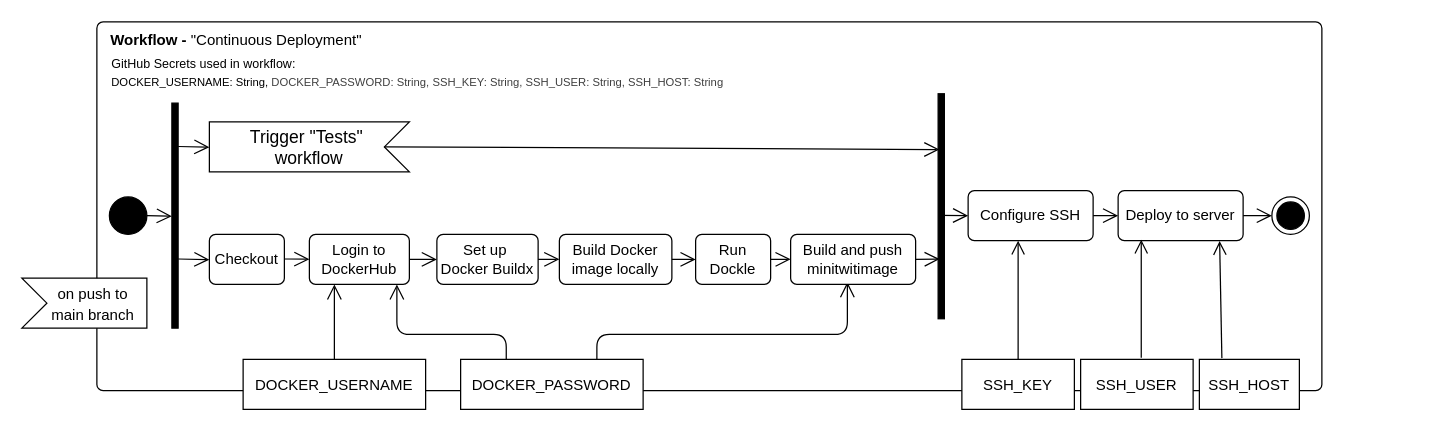
The draw.io diagram report/diagrams/push_to_main_pipeline.drawio in ITU-DevOps2026/ITU-minitwit, before the edit. Source tidied: cells renumbered, new cells numbered last; positions are measured from the earlier drawing's top-left corner, leaving out a move shared by most shapes. Both pictures are drawn from the tidied source at 125%, with x=0, y=0 at pixel (21, 21).
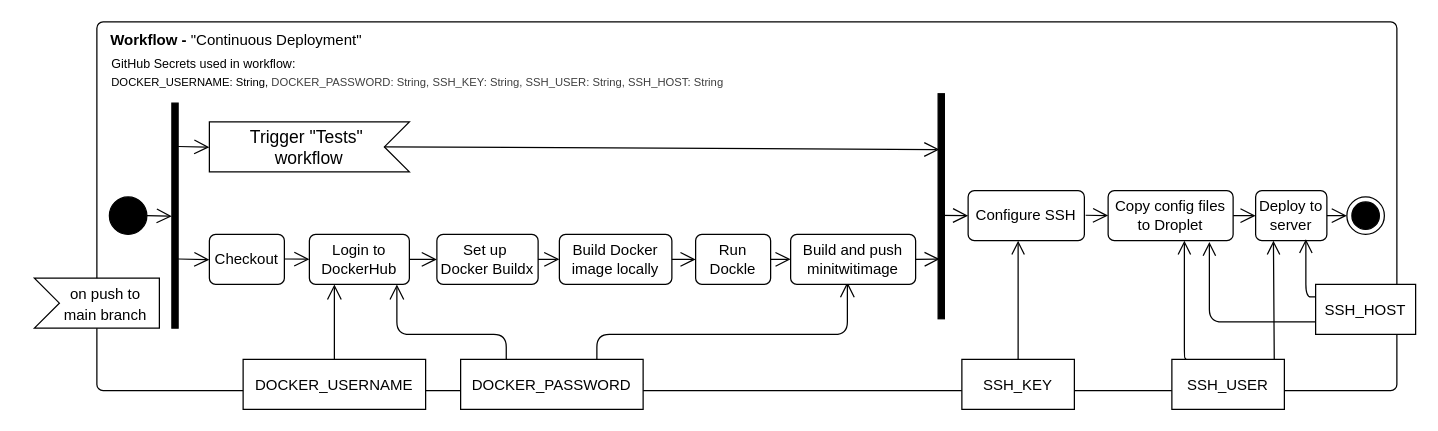
The same diagram, later.

Commit message (it also covers changes not shown here):
pipeline diagrams

The edit, as a diff of the source:
```diff
@@
     <mxCell id="2" style="html=1;align=center;verticalAlign=middle;rounded=1;absoluteArcSize=1;arcSize=10;dashed=0;whiteSpace=wrap;" parent="1" vertex="1">
-      <mxGeometry x="60" width="980" height="295" as="geometry" />
+      <mxGeometry x="60" width="1040" height="295" as="geometry" />
     </mxCell>
@@
     <mxCell id="19" value="Configure SSH" style="html=1;align=center;verticalAlign=middle;rounded=1;absoluteArcSize=1;arcSize=10;dashed=0;whiteSpace=wrap;" parent="1" vertex="1">
-      <mxGeometry x="757" y="135" width="100" height="40" as="geometry" />
+      <mxGeometry x="757" y="135" width="93" height="40" as="geometry" />
     </mxCell>
     <mxCell id="20" value="Deploy to server" style="html=1;align=center;verticalAlign=middle;rounded=1;absoluteArcSize=1;arcSize=10;dashed=0;whiteSpace=wrap;" parent="1" vertex="1">
-      <mxGeometry x="877" y="135" width="100" height="40" as="geometry" />
+      <mxGeometry x="987" y="135" width="57" height="40" as="geometry" />
     </mxCell>
@@
-    <mxCell id="23" style="edgeStyle=none;html=1;endArrow=open;endFill=0;endSize=9;entryX=0.205;entryY=0.981;entryDx=0;entryDy=0;entryPerimeter=0;exitX=0.45;exitY=-0.032;exitDx=0;exitDy=0;exitPerimeter=0;" parent="1" edge="1">
+    <mxCell id="23" style="edgeStyle=orthogonalEdgeStyle;html=1;endArrow=open;endFill=0;endSize=9;entryX=0.25;entryY=1;entryDx=0;entryDy=0;exitX=0.91;exitY=0.009;exitDx=0;exitDy=0;exitPerimeter=0;" parent="1" edge="1" source="24" target="20">
       <mxGeometry relative="1" as="geometry">
-        <mxPoint x="895.5" y="268.7" as="sourcePoint" />
-        <mxPoint x="895.5" y="174.2" as="targetPoint" />
+        <Array as="points">
+          <mxPoint x="1002" y="269" />
+        </Array>
       </mxGeometry>
     </mxCell>
     <mxCell id="24" value="&lt;div style=&quot;background-color: rgb(255, 255, 255); line-height: 18px; white-space: pre;&quot;&gt;&lt;font style=&quot;color: rgb(0, 0, 0);&quot;&gt;SSH_USER&lt;/font&gt;&lt;/div&gt;" style="rounded=0;whiteSpace=wrap;html=1;" parent="1" vertex="1">
-      <mxGeometry x="847" y="270" width="90" height="40" as="geometry" />
+      <mxGeometry x="920" y="270" width="90" height="40" as="geometry" />
     </mxCell>
-    <mxCell id="25" style="edgeStyle=none;html=1;endArrow=open;endFill=0;endSize=9;entryX=0.812;entryY=1.007;entryDx=0;entryDy=0;entryPerimeter=0;" parent="1" edge="1" target="20">
+    <mxCell id="25" style="edgeStyle=orthogonalEdgeStyle;html=1;endArrow=open;endFill=0;endSize=9;entryX=0.705;entryY=0.97;entryDx=0;entryDy=0;entryPerimeter=0;exitX=0;exitY=0.25;exitDx=0;exitDy=0;" parent="1" edge="1" source="26" target="20">
       <mxGeometry relative="1" as="geometry">
-        <mxPoint x="960" y="269" as="sourcePoint" />
+        <Array as="points">
+          <mxPoint x="1027" y="220" />
+        </Array>
       </mxGeometry>
     </mxCell>
     <mxCell id="26" value="&lt;div style=&quot;background-color: rgb(255, 255, 255); line-height: 18px; white-space: pre;&quot;&gt;&lt;font style=&quot;color: rgb(0, 0, 0);&quot;&gt;SSH_HOST&lt;/font&gt;&lt;/div&gt;" style="rounded=0;whiteSpace=wrap;html=1;" parent="1" vertex="1">
-      <mxGeometry x="942" y="270" width="80" height="40" as="geometry" />
+      <mxGeometry x="1035" y="210" width="80" height="40" as="geometry" />
     </mxCell>
@@
-    <mxCell id="37" style="html=1;endArrow=open;endFill=0;endSize=10;entryX=0;entryY=0.5;entryDx=0;entryDy=0;exitX=1;exitY=0.5;exitDx=0;exitDy=0;" parent="1" edge="1" source="19" target="20">
-      <mxGeometry relative="1" as="geometry" />
+    <mxCell id="37" style="html=1;endArrow=open;endFill=0;endSize=10;entryX=0;entryY=0.5;entryDx=0;entryDy=0;exitX=1;exitY=0.5;exitDx=0;exitDy=0;" parent="1" edge="1" target="20">
+      <mxGeometry relative="1" as="geometry">
+        <mxPoint x="961" y="155" as="sourcePoint" />
+      </mxGeometry>
     </mxCell>
     <mxCell id="38" style="ellipse;html=1;shape=endState;fillColor=strokeColor;" parent="1" vertex="1">
-      <mxGeometry x="1000" y="140" width="30" height="30" as="geometry" />
+      <mxGeometry x="1060" y="140" width="30" height="30" as="geometry" />
     </mxCell>
@@
     <mxCell id="42" value="&lt;font style=&quot;font-size: 12px;&quot;&gt;on push to main branch&lt;/font&gt;" style="html=1;shape=mxgraph.infographic.ribbonSimple;notch1=20;notch2=0;align=center;verticalAlign=middle;fontSize=14;fontStyle=0;fillColor=#FFFFFF;flipH=0;spacingRight=0;spacingLeft=14;whiteSpace=wrap;" parent="1" vertex="1">
-      <mxGeometry y="205" width="100" height="40" as="geometry" />
+      <mxGeometry x="10" y="205" width="100" height="40" as="geometry" />
     </mxCell>
+    <mxCell id="43" value="Copy config files to Droplet" style="html=1;align=center;verticalAlign=middle;rounded=1;absoluteArcSize=1;arcSize=10;dashed=0;whiteSpace=wrap;" parent="1" vertex="1">
+      <mxGeometry x="869" y="135" width="100" height="40" as="geometry" />
+    </mxCell>
+    <mxCell id="44" style="html=1;endArrow=open;endFill=0;endSize=10;exitX=1;exitY=0.5;exitDx=0;exitDy=0;entryX=0;entryY=0.5;entryDx=0;entryDy=0;" parent="1" edge="1" target="43">
+      <mxGeometry relative="1" as="geometry">
+        <mxPoint x="851" y="154.7" as="sourcePoint" />
+      </mxGeometry>
+    </mxCell>
+    <mxCell id="45" style="edgeStyle=orthogonalEdgeStyle;html=1;endArrow=open;endFill=0;endSize=9;exitX=0;exitY=0.75;exitDx=0;exitDy=0;" parent="1" edge="1" source="26">
+      <mxGeometry relative="1" as="geometry">
+        <mxPoint x="950" y="176" as="targetPoint" />
+        <Array as="points">
+          <mxPoint x="950" y="240" />
+        </Array>
+      </mxGeometry>
+    </mxCell>
+    <mxCell id="46" style="edgeStyle=orthogonalEdgeStyle;html=1;endArrow=open;endFill=0;endSize=9;entryX=0.25;entryY=1;entryDx=0;entryDy=0;exitX=0.91;exitY=0.009;exitDx=0;exitDy=0;exitPerimeter=0;" parent="1" edge="1">
+      <mxGeometry relative="1" as="geometry">
+        <mxPoint x="931" y="270" as="sourcePoint" />
+        <mxPoint x="930" y="175" as="targetPoint" />
+        <Array as="points">
+          <mxPoint x="931" y="269" />
+        </Array>
+      </mxGeometry>
+    </mxCell>
```
